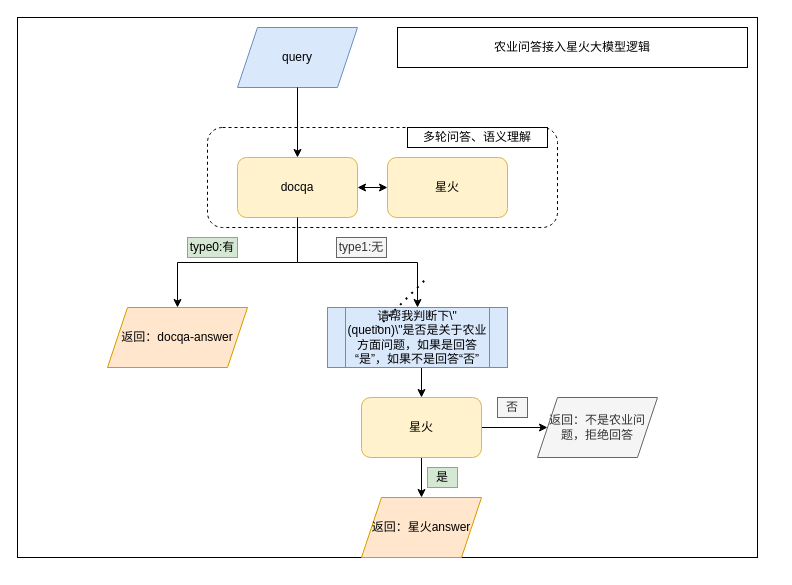
Above: page "第 1 页" (1 of 2) of figure/damoxingweb.drawio in yzy1421/Amateur-women-basketball-in-China (draw.io), before the change. Source tidied: cells renumbered, new cells numbered last; positions are measured from the earlier drawing's top-left corner, leaving out a move shared by most shapes. Both pictures are drawn from the tidied source at 100%, with x=0, y=0 at pixel (17, 17).
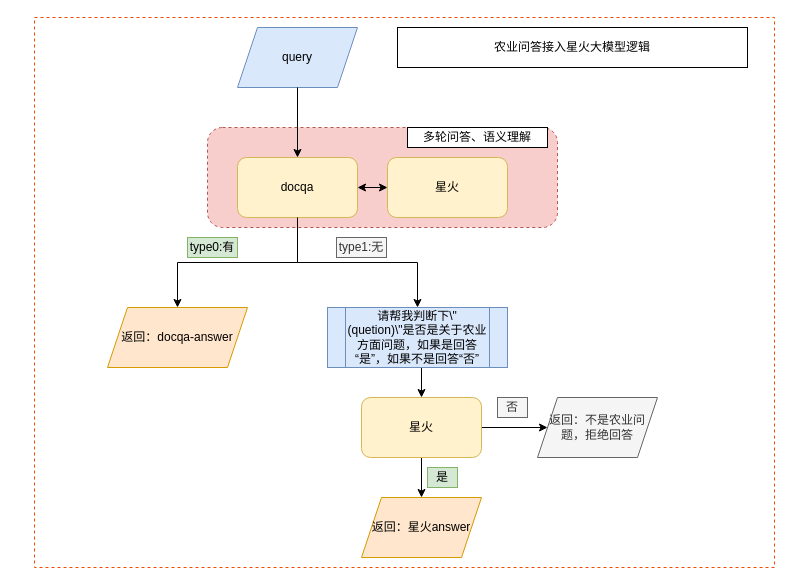
Above is the later version.

The edit, as a diff of the source:
```diff
@@
-    <mxCell id="2" style="rounded=0;whiteSpace=wrap;html=1;" parent="1" vertex="1">
-      <mxGeometry width="740" height="540" as="geometry" />
+    <mxCell id="2" style="rounded=0;whiteSpace=wrap;html=1;strokeColor=#f24a02;dashed=1;" parent="1" vertex="1">
+      <mxGeometry x="17" width="740" height="550" as="geometry" />
     </mxCell>
@@
-    <mxCell id="15" style="rounded=1;whiteSpace=wrap;html=1;dashed=1;" parent="1" vertex="1">
+    <mxCell id="15" style="rounded=1;whiteSpace=wrap;html=1;dashed=1;fillColor=#f8cecc;strokeColor=#b85450;" parent="1" vertex="1">
       <mxGeometry x="190" y="110" width="350" height="100" as="geometry" />
     </mxCell>
@@
-    <mxCell id="26" style="endArrow=none;dashed=1;html=1;dashPattern=1 3;strokeWidth=2;rounded=0;" parent="1" edge="1">
-      <mxGeometry relative="1" as="geometry">
-        <mxPoint x="360" y="310" as="sourcePoint" />
-        <mxPoint x="410" y="260" as="targetPoint" />
-      </mxGeometry>
-    </mxCell>
```
